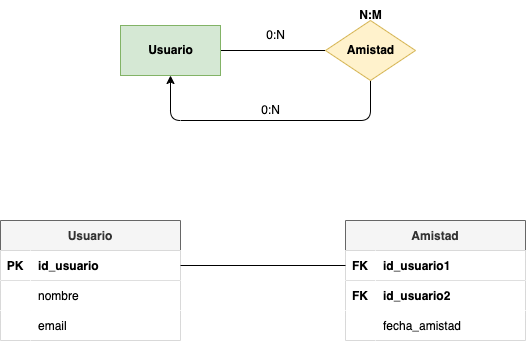
Before: tareas/tarea-3/images/ejercicio16.drawio.png, a diagram exported from draw.io (deylansystem/actividadesBAE). Source tidied: cells renumbered, new cells last; positions are measured from the earlier drawing's top-left corner, leaving out a move shared by most shapes.
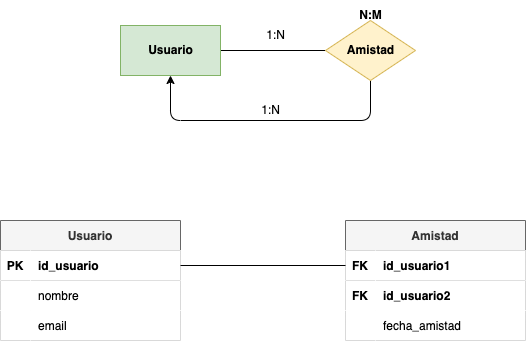
After the commit.

Commit message:
se crea la tarea 3

Change to the diagram source:
```diff
@@ -85,10 +85,10 @@
     <mxCell id="27" value="&lt;b&gt;N:M&lt;/b&gt;" style="text;html=1;align=center;verticalAlign=middle;strokeColor=none;fillColor=none;" parent="1" vertex="1">
       <mxGeometry x="345" width="50" height="30" as="geometry" />
     </mxCell>
-    <mxCell id="28" value="0:N" style="text;html=1;align=center;verticalAlign=middle;strokeColor=none;fillColor=none;" parent="1" vertex="1">
+    <mxCell id="28" value="1:N" style="text;html=1;align=center;verticalAlign=middle;strokeColor=none;fillColor=none;" parent="1" vertex="1">
       <mxGeometry x="255" y="20" width="40" height="30" as="geometry" />
     </mxCell>
-    <mxCell id="29" value="0:N" style="text;html=1;align=center;verticalAlign=middle;strokeColor=none;fillColor=none;" parent="1" vertex="1">
+    <mxCell id="29" value="1:N" style="text;html=1;align=center;verticalAlign=middle;strokeColor=none;fillColor=none;" parent="1" vertex="1">
       <mxGeometry x="250" y="95" width="40" height="30" as="geometry" />
     </mxCell>
   </root>
```
